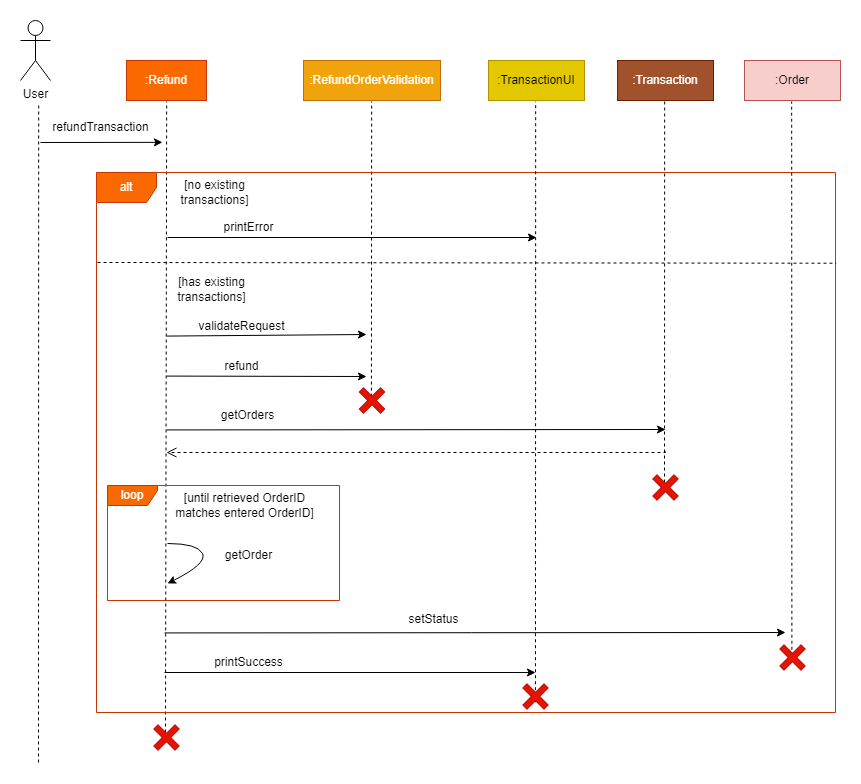
Before: docs/images/developersGuide/refundOrder.png, a diagram exported from draw.io (yuanners/tp). Source tidied: cells renumbered, new cells last; positions are measured from the earlier drawing's top-left corner, leaving out a move shared by most shapes. The source it was exported from:
```xml
<mxGraphModel>
  <root>
    <mxCell id="0" />
    <mxCell id="1" parent="0" />
    <mxCell id="2" value="User&lt;br&gt;" style="shape=umlActor;verticalLabelPosition=bottom;verticalAlign=top;html=1;" parent="1" vertex="1">
      <mxGeometry width="30" height="60" as="geometry" />
    </mxCell>
    <mxCell id="3" value=":Refund" style="rounded=0;whiteSpace=wrap;html=1;fillColor=#fa6800;strokeColor=#C73500;fontColor=#FFFFFF;" parent="1" vertex="1">
      <mxGeometry x="106" y="40" width="80" height="40" as="geometry" />
    </mxCell>
    <mxCell id="4" style="endArrow=classic;html=1;rounded=0;entryX=1.016;entryY=0.995;entryDx=0;entryDy=0;entryPerimeter=0;" parent="1" edge="1" target="5">
      <mxGeometry relative="1" as="geometry">
        <mxPoint x="20" y="122" as="sourcePoint" />
      </mxGeometry>
    </mxCell>
    <mxCell id="5" value="refundTransaction" style="text;html=1;align=center;verticalAlign=middle;points=[];strokeColor=none;fillColor=none;" parent="1" vertex="1">
      <mxGeometry x="20" y="92" width="120" height="30" as="geometry" />
    </mxCell>
    <mxCell id="6" style="endArrow=none;dashed=1;html=1;rounded=0;" parent="1" edge="1">
      <mxGeometry relative="1" as="geometry">
        <mxPoint x="18" y="742" as="sourcePoint" />
        <mxPoint x="18.2" y="82" as="targetPoint" />
      </mxGeometry>
    </mxCell>
    <mxCell id="7" style="endArrow=none;dashed=1;html=1;rounded=0;" parent="1" edge="1">
      <mxGeometry relative="1" as="geometry">
        <mxPoint x="145" y="712" as="sourcePoint" />
        <mxPoint x="146.2" y="81" as="targetPoint" />
      </mxGeometry>
    </mxCell>
    <mxCell id="8" value=":RefundOrderValidation" style="rounded=0;whiteSpace=wrap;html=1;fillColor=#f0a30a;strokeColor=#BD7000;fontColor=#FFFFFF;" parent="1" vertex="1">
      <mxGeometry x="283" y="40" width="137" height="40" as="geometry" />
    </mxCell>
    <mxCell id="9" style="endArrow=none;dashed=1;html=1;rounded=0;exitX=0.372;exitY=0.415;exitDx=0;exitDy=0;exitPerimeter=0;" parent="1" edge="1" source="10">
      <mxGeometry relative="1" as="geometry">
        <mxPoint x="351.2" y="81" as="targetPoint" />
      </mxGeometry>
    </mxCell>
    <mxCell id="10" value="alt" style="shape=umlFrame;whiteSpace=wrap;html=1;fillColor=#fa6800;fontColor=#FFFFFF;strokeColor=#C73500;" parent="1" vertex="1">
      <mxGeometry x="76" y="152" width="739" height="540" as="geometry" />
    </mxCell>
    <mxCell id="11" value=":TransactionUI" style="rounded=0;whiteSpace=wrap;html=1;fillColor=#e3c800;strokeColor=#B09500;fontColor=#000000;" parent="1" vertex="1">
      <mxGeometry x="468" y="40" width="96" height="40" as="geometry" />
    </mxCell>
    <mxCell id="12" style="endArrow=none;dashed=1;html=1;rounded=0;exitX=0.594;exitY=0.981;exitDx=0;exitDy=0;exitPerimeter=0;" parent="1" edge="1" source="10">
      <mxGeometry relative="1" as="geometry">
        <mxPoint x="515.2" y="81" as="targetPoint" />
      </mxGeometry>
    </mxCell>
    <mxCell id="13" value="[no existing &lt;br&gt;transactions]" style="text;html=1;align=center;verticalAlign=middle;strokeColor=none;fillColor=none;" parent="1" vertex="1">
      <mxGeometry x="149" y="152" width="90" height="40" as="geometry" />
    </mxCell>
    <mxCell id="14" style="endArrow=classic;html=1;rounded=0;" parent="1" edge="1">
      <mxGeometry relative="1" as="geometry">
        <mxPoint x="147" y="217" as="sourcePoint" />
        <mxPoint x="516" y="217" as="targetPoint" />
      </mxGeometry>
    </mxCell>
    <mxCell id="15" value="printError" style="text;html=1;align=center;verticalAlign=middle;strokeColor=none;fillColor=none;" parent="1" vertex="1">
      <mxGeometry x="193" y="192" width="70" height="30" as="geometry" />
    </mxCell>
    <mxCell id="16" style="endArrow=none;dashed=1;html=1;rounded=0;entryX=1.001;entryY=0.168;entryDx=0;entryDy=0;entryPerimeter=0;" parent="1" edge="1" target="10">
      <mxGeometry relative="1" as="geometry">
        <mxPoint x="77" y="242" as="sourcePoint" />
      </mxGeometry>
    </mxCell>
    <mxCell id="17" value="[has existing &lt;br&gt;transactions]" style="text;html=1;align=center;verticalAlign=middle;strokeColor=none;fillColor=none;" parent="1" vertex="1">
      <mxGeometry x="146" y="249" width="90" height="40" as="geometry" />
    </mxCell>
    <mxCell id="18" style="endArrow=classic;html=1;rounded=0;" parent="1" edge="1">
      <mxGeometry relative="1" as="geometry">
        <mxPoint x="146" y="315.6" as="sourcePoint" />
        <mxPoint x="346" y="314" as="targetPoint" />
      </mxGeometry>
    </mxCell>
    <mxCell id="19" value="validateRequest" style="text;html=1;align=center;verticalAlign=middle;strokeColor=none;fillColor=none;" parent="1" vertex="1">
      <mxGeometry x="166" y="291" width="110" height="30" as="geometry" />
    </mxCell>
    <mxCell id="20" style="endArrow=classic;html=1;rounded=0;" parent="1" edge="1">
      <mxGeometry relative="1" as="geometry">
        <mxPoint x="146" y="355.6" as="sourcePoint" />
        <mxPoint x="346" y="356" as="targetPoint" />
      </mxGeometry>
    </mxCell>
    <mxCell id="21" value="refund" style="text;html=1;align=center;verticalAlign=middle;strokeColor=none;fillColor=none;" parent="1" vertex="1">
      <mxGeometry x="191" y="331" width="60" height="30" as="geometry" />
    </mxCell>
    <mxCell id="22" value="loop" style="shape=umlFrame;whiteSpace=wrap;html=1;width=50;height=20;fillColor=#fa6800;fontColor=#FFFFFF;strokeColor=#C73500;" parent="1" vertex="1">
      <mxGeometry x="87" y="465" width="232" height="115" as="geometry" />
    </mxCell>
    <mxCell id="23" value="getOrders" style="text;html=1;align=center;verticalAlign=middle;strokeColor=none;fillColor=none;" parent="1" vertex="1">
      <mxGeometry x="187" y="380" width="80" height="30" as="geometry" />
    </mxCell>
    <mxCell id="24" value="[until retrieved OrderID &lt;br&gt;matches entered OrderID]" style="text;html=1;align=center;verticalAlign=middle;strokeColor=none;fillColor=none;" parent="1" vertex="1">
      <mxGeometry x="144" y="465" width="160" height="40" as="geometry" />
    </mxCell>
    <mxCell id="25" style="curved=1;endArrow=classic;html=1;rounded=0;" parent="1" edge="1">
      <mxGeometry relative="1" as="geometry">
        <mxPoint x="147" y="523" as="sourcePoint" />
        <mxPoint x="147" y="563" as="targetPoint" />
        <Array as="points">
          <mxPoint x="177" y="523" />
          <mxPoint x="187" y="543" />
        </Array>
      </mxGeometry>
    </mxCell>
    <mxCell id="26" value="getOrder" style="text;html=1;align=center;verticalAlign=middle;strokeColor=none;fillColor=none;" parent="1" vertex="1">
      <mxGeometry x="193" y="520" width="70" height="30" as="geometry" />
    </mxCell>
    <mxCell id="27" value=":Transaction" style="rounded=0;whiteSpace=wrap;html=1;fillColor=#a0522d;strokeColor=#6D1F00;fontColor=#ffffff;" parent="1" vertex="1">
      <mxGeometry x="597" y="40" width="96" height="40" as="geometry" />
    </mxCell>
    <mxCell id="28" style="endArrow=none;dashed=1;html=1;rounded=0;" parent="1" edge="1">
      <mxGeometry relative="1" as="geometry">
        <mxPoint x="644" y="462" as="sourcePoint" />
        <mxPoint x="644.2" y="81" as="targetPoint" />
      </mxGeometry>
    </mxCell>
    <mxCell id="29" style="endArrow=classic;html=1;rounded=0;" parent="1" edge="1">
      <mxGeometry relative="1" as="geometry">
        <mxPoint x="146" y="409.4" as="sourcePoint" />
        <mxPoint x="645" y="409" as="targetPoint" />
      </mxGeometry>
    </mxCell>
    <mxCell id="30" style="html=1;verticalAlign=bottom;endArrow=open;dashed=1;endSize=8;edgeStyle=elbowEdgeStyle;elbow=vertical;curved=0;rounded=0;" parent="1" edge="1">
      <mxGeometry relative="1" as="geometry">
        <mxPoint x="645" y="431" as="sourcePoint" />
        <mxPoint x="146" y="432.3" as="targetPoint" />
      </mxGeometry>
    </mxCell>
    <mxCell id="31" value=":Order" style="rounded=0;whiteSpace=wrap;html=1;fillColor=#f8cecc;strokeColor=#b85450;" parent="1" vertex="1">
      <mxGeometry x="724" y="40" width="96" height="40" as="geometry" />
    </mxCell>
    <mxCell id="32" style="endArrow=none;dashed=1;html=1;rounded=0;exitX=0.941;exitY=0.906;exitDx=0;exitDy=0;exitPerimeter=0;" parent="1" edge="1" source="10">
      <mxGeometry relative="1" as="geometry">
        <mxPoint x="771.2" y="81" as="targetPoint" />
      </mxGeometry>
    </mxCell>
    <mxCell id="33" style="endArrow=classic;html=1;rounded=0;" parent="1" edge="1">
      <mxGeometry relative="1" as="geometry">
        <mxPoint x="144" y="612.4" as="sourcePoint" />
        <mxPoint x="765" y="612" as="targetPoint" />
      </mxGeometry>
    </mxCell>
    <mxCell id="34" value="setStatus" style="text;html=1;align=center;verticalAlign=middle;strokeColor=none;fillColor=none;" parent="1" vertex="1">
      <mxGeometry x="378" y="584" width="70" height="30" as="geometry" />
    </mxCell>
    <mxCell id="35" style="endArrow=classic;html=1;rounded=0;" parent="1" edge="1">
      <mxGeometry relative="1" as="geometry">
        <mxPoint x="144" y="652" as="sourcePoint" />
        <mxPoint x="515" y="652" as="targetPoint" />
      </mxGeometry>
    </mxCell>
    <mxCell id="36" value="printSuccess" style="text;html=1;align=center;verticalAlign=middle;strokeColor=none;fillColor=none;" parent="1" vertex="1">
      <mxGeometry x="183" y="627" width="90" height="30" as="geometry" />
    </mxCell>
    <mxCell id="37" style="shape=cross;whiteSpace=wrap;html=1;rotation=45;fillColor=#e51400;fontColor=#ffffff;strokeColor=#B20000;" parent="1" vertex="1">
      <mxGeometry x="630" y="452" width="30" height="30" as="geometry" />
    </mxCell>
    <mxCell id="38" style="shape=cross;whiteSpace=wrap;html=1;rotation=45;fillColor=#e51400;fontColor=#ffffff;strokeColor=#B20000;" parent="1" vertex="1">
      <mxGeometry x="757" y="622" width="30" height="30" as="geometry" />
    </mxCell>
    <mxCell id="39" style="shape=cross;whiteSpace=wrap;html=1;rotation=45;fillColor=#e51400;fontColor=#ffffff;strokeColor=#B20000;" parent="1" vertex="1">
      <mxGeometry x="500" y="661" width="30" height="30" as="geometry" />
    </mxCell>
    <mxCell id="40" style="shape=cross;whiteSpace=wrap;html=1;rotation=45;fillColor=#e51400;fontColor=#ffffff;strokeColor=#B20000;" parent="1" vertex="1">
      <mxGeometry x="336.5" y="365" width="30" height="30" as="geometry" />
    </mxCell>
    <mxCell id="41" style="shape=cross;whiteSpace=wrap;html=1;rotation=45;fillColor=#e51400;fontColor=#ffffff;strokeColor=#B20000;" parent="1" vertex="1">
      <mxGeometry x="131" y="702" width="30" height="30" as="geometry" />
    </mxCell>
  </root>
</mxGraphModel>
```
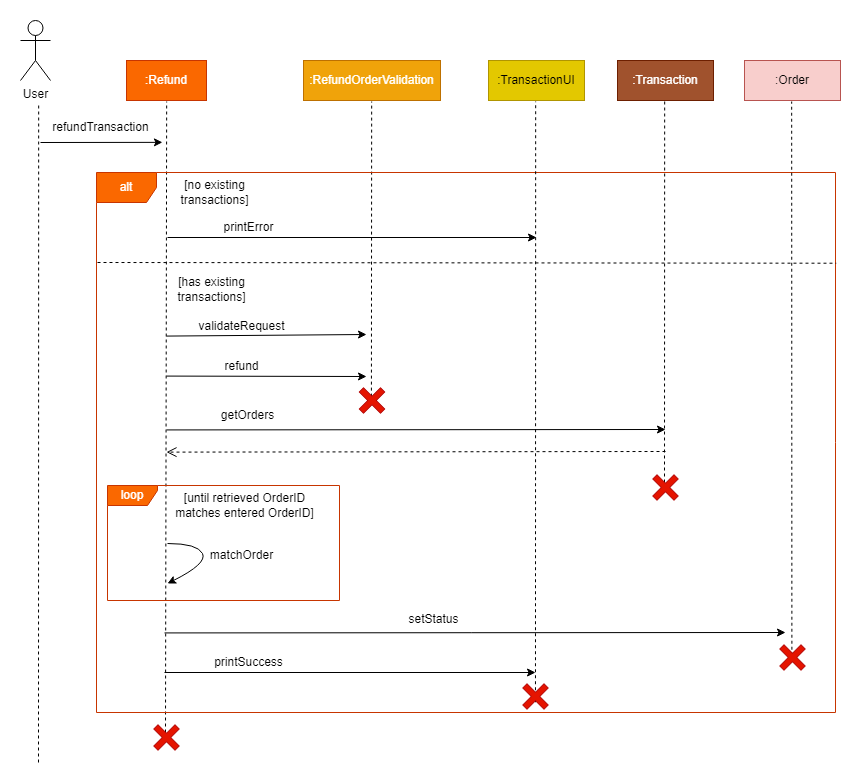
After the change.

Diff of the diagram source:
```diff
@@ -31,8 +31,9 @@
     <mxCell id="8" value=":RefundOrderValidation" style="rounded=0;whiteSpace=wrap;html=1;fillColor=#f0a30a;strokeColor=#BD7000;fontColor=#FFFFFF;" parent="1" vertex="1">
       <mxGeometry x="283" y="40" width="137" height="40" as="geometry" />
     </mxCell>
-    <mxCell id="9" style="endArrow=none;dashed=1;html=1;rounded=0;exitX=0.372;exitY=0.415;exitDx=0;exitDy=0;exitPerimeter=0;" parent="1" edge="1" source="10">
+    <mxCell id="9" style="endArrow=none;dashed=1;html=1;rounded=0;exitX=0.372;exitY=0.415;exitDx=0;exitDy=0;exitPerimeter=0;" parent="1" edge="1">
       <mxGeometry relative="1" as="geometry">
+        <mxPoint x="350.9" y="376.1" as="sourcePoint" />
         <mxPoint x="351.2" y="81" as="targetPoint" />
       </mxGeometry>
     </mxCell>
@@ -104,8 +105,8 @@
         </Array>
       </mxGeometry>
     </mxCell>
-    <mxCell id="26" value="getOrder" style="text;html=1;align=center;verticalAlign=middle;strokeColor=none;fillColor=none;" parent="1" vertex="1">
-      <mxGeometry x="193" y="520" width="70" height="30" as="geometry" />
+    <mxCell id="26" value="matchOrder" style="text;html=1;align=center;verticalAlign=middle;strokeColor=none;fillColor=none;" parent="1" vertex="1">
+      <mxGeometry x="176" y="520" width="90" height="30" as="geometry" />
     </mxCell>
     <mxCell id="27" value=":Transaction" style="rounded=0;whiteSpace=wrap;html=1;fillColor=#a0522d;strokeColor=#6D1F00;fontColor=#ffffff;" parent="1" vertex="1">
       <mxGeometry x="597" y="40" width="96" height="40" as="geometry" />
```
